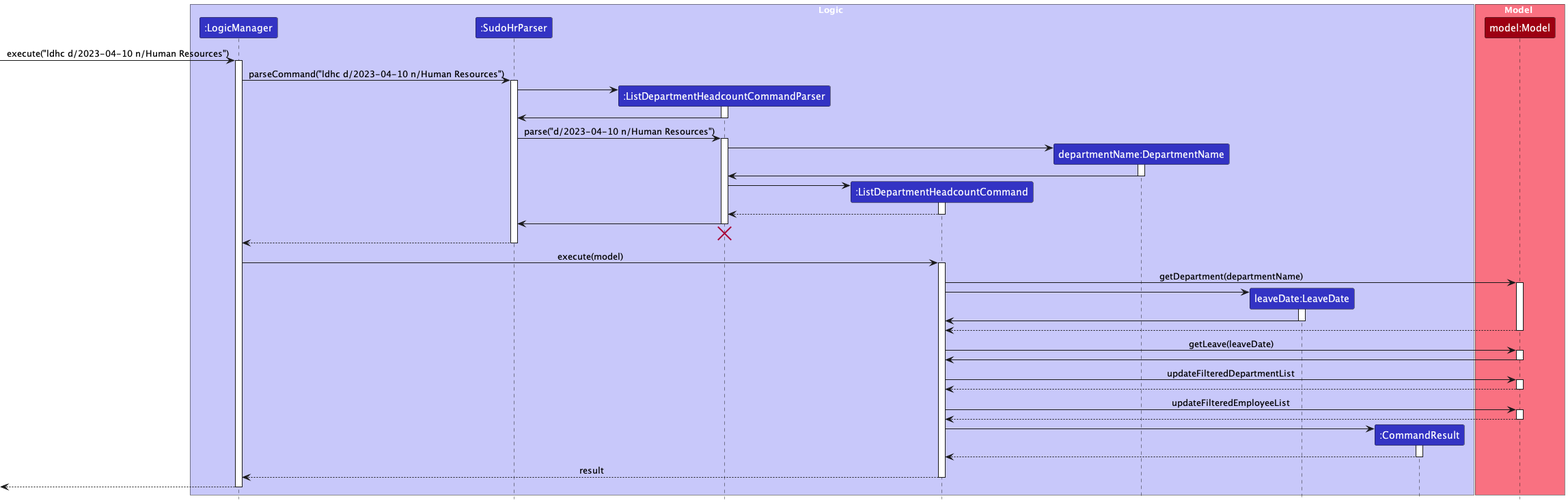
Above: docs/images/commands/department/ListDepartmentHeadcountSequenceDiagram.png in nus-cs2103-AY2223S2/tp (PlantUML), before the change.
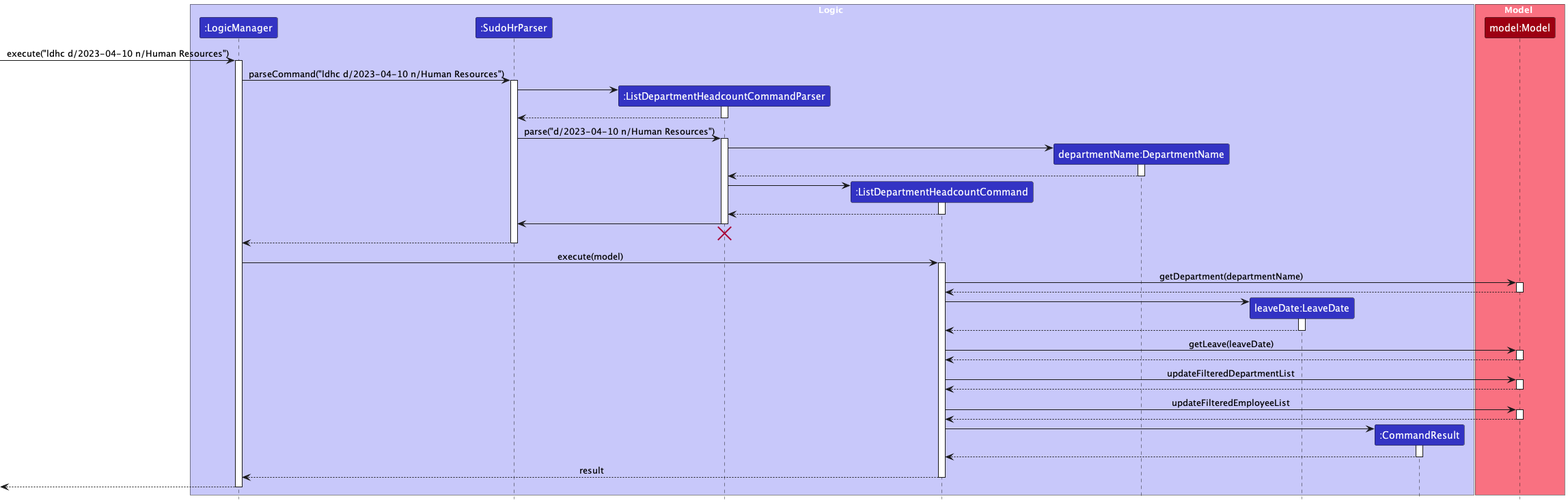
The same file after the commit.

Commit message:
Fix dotted arrow for ldhc command

What changed in the source:
```diff
@@ -25,7 +25,7 @@
 SudoHrParser -> ListDepartmentHeadcountCommandParser
 activate ListDepartmentHeadcountCommandParser
 
-ListDepartmentHeadcountCommandParser -> SudoHrParser
+ListDepartmentHeadcountCommandParser --> SudoHrParser
 deactivate ListDepartmentHeadcountCommandParser
 
 SudoHrParser -> ListDepartmentHeadcountCommandParser: parse("d/2023-04-10 n/Human Resources")
@@ -35,7 +35,7 @@
 ListDepartmentHeadcountCommandParser -> DepartmentName
 activate DepartmentName
 
-DepartmentName -> ListDepartmentHeadcountCommandParser
+DepartmentName --> ListDepartmentHeadcountCommandParser
 deactivate DepartmentName
 
 create ListDepartmentHeadcountCommand
@@ -60,20 +60,20 @@
 ListDepartmentHeadcountCommand -> Model : getDepartment(departmentName)
 activate Model
 
+Model --> ListDepartmentHeadcountCommand
+deactivate Model
+
 create LeaveDate
 ListDepartmentHeadcountCommand -> LeaveDate
 activate LeaveDate
 
-LeaveDate -> ListDepartmentHeadcountCommand
+LeaveDate --> ListDepartmentHeadcountCommand
 deactivate LeaveDate
-
-Model --> ListDepartmentHeadcountCommand
-deactivate Model
 
 ListDepartmentHeadcountCommand -> Model: getLeave(leaveDate)
 activate Model
 
-Model -> ListDepartmentHeadcountCommand
+Model --> ListDepartmentHeadcountCommand
 deactivate Model
 
 
```
